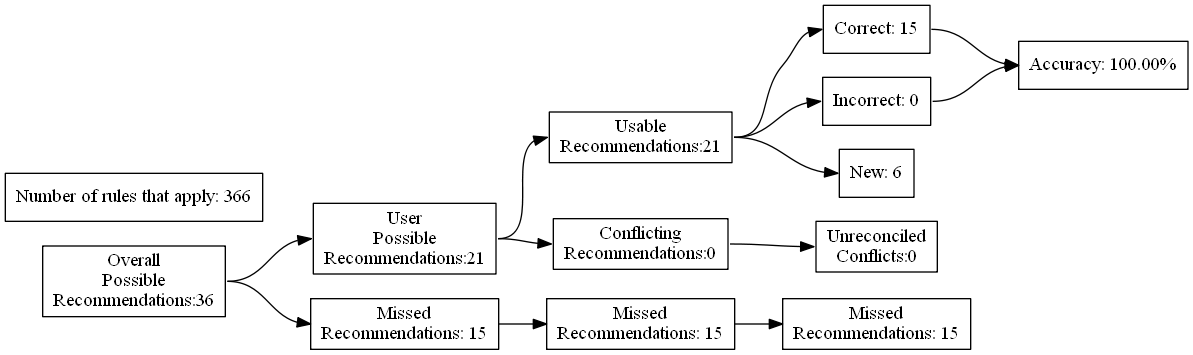
Above: test_renders/35.gv.png in ZaxR/ibd_diet_analysis (Graphviz), before the change. Its source is kept beside it as test_renders/35.gv.
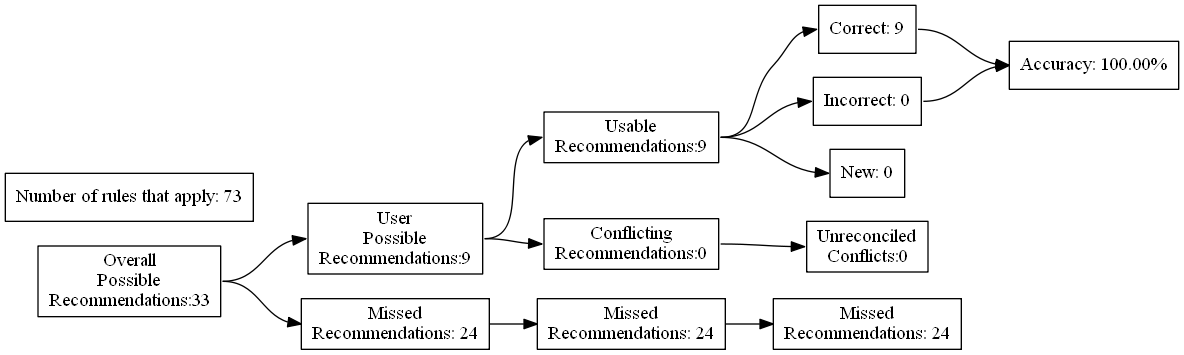
Above is the later version.

Diff of the diagram source:
```diff
@@ -4,27 +4,27 @@
 	edge [headport=w tailport=e]
 		A [label="Overall
 Possible
-Recommendations:36"]
+Recommendations:33"]
 		B [label="User
 Possible
-Recommendations:21"]
+Recommendations:9"]
 		C [label="Missed
-Recommendations: 15"]
+Recommendations: 24"]
 		D [label="Usable
-Recommendations:21"]
+Recommendations:9"]
 		E [label="Conflicting
 Recommendations:0"]
 		J [label="Missed
-Recommendations: 15"]
+Recommendations: 24"]
 		M [label="Unreconciled
 Conflicts:0"]
-		F [label="Correct: 15"]
+		F [label="Correct: 9"]
 		G [label="Incorrect: 0"]
-		H [label="New: 6"]
+		H [label="New: 0"]
 		K [label="Missed
-Recommendations: 15"]
+Recommendations: 24"]
 		I [label="Accuracy: 100.00%"]
-		l [label="Number of rules that apply: 366"]
+		l [label="Number of rules that apply: 73"]
 			A -> B
 			A -> C
 			B -> D
```
